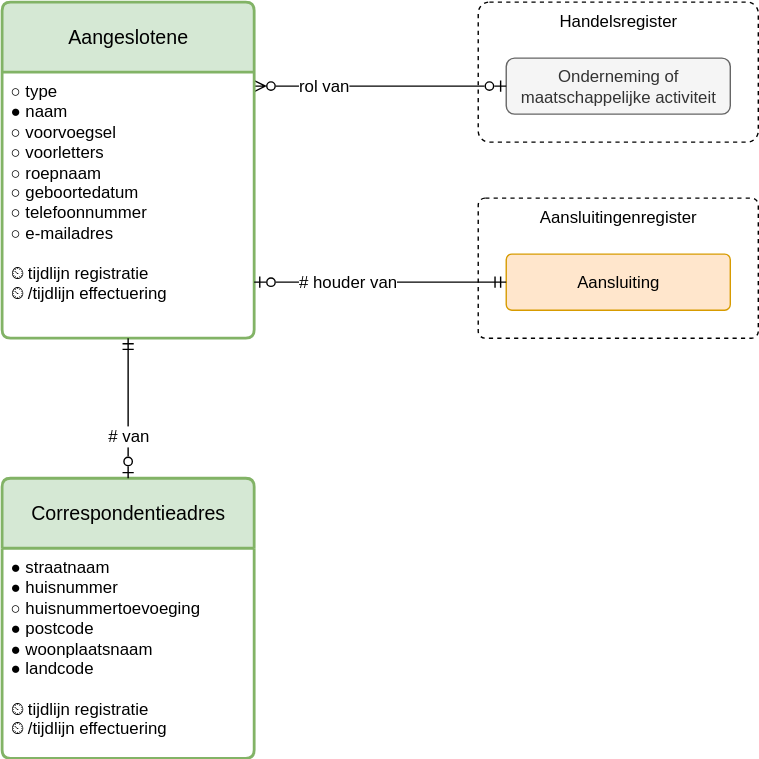
The draw.io diagram registers/aangeslotenenregister/1.0/aangeslotenenregister.drawio.svg in Netbeheer-Nederland/stelsel, before a commit. Source tidied: cells renumbered, new cells last; positions are measured from the earlier drawing's top-left corner, leaving out a move shared by most shapes. Source of this version:
```xml
<mxGraphModel>
  <root>
    <mxCell id="0" />
    <mxCell id="1" parent="0" />
    <mxCell id="2" value="Handelsregister" style="rounded=1;whiteSpace=wrap;html=1;verticalAlign=top;dashed=1;arcSize=8;" parent="1" vertex="1">
      <mxGeometry x="340" width="200" height="100" as="geometry" />
    </mxCell>
    <mxCell id="3" value="Aansluitingenregister" style="rounded=1;whiteSpace=wrap;html=1;verticalAlign=top;dashed=1;arcSize=5;" parent="1" vertex="1">
      <mxGeometry x="340" y="140" width="200" height="100" as="geometry" />
    </mxCell>
    <mxCell id="4" value="Onderneming of maatschappelijke activiteit" style="rounded=1;whiteSpace=wrap;html=1;fillColor=#f5f5f5;fontColor=#333333;strokeColor=#666666;" parent="1" vertex="1">
      <mxGeometry x="360" y="40" width="160" height="40" as="geometry" />
    </mxCell>
    <mxCell id="5" value="rol van" style="fontSize=12;html=1;endArrow=ERzeroToOne;startArrow=ERzeroToMany;rounded=0;endFill=0;startFill=0;elbow=vertical;align=left;edgeStyle=elbowEdgeStyle;" parent="1" edge="1" source="6" target="4">
      <mxGeometry x="-0.67" relative="1" as="geometry" />
    </mxCell>
    <mxCell id="6" value="&lt;div&gt;&lt;span style=&quot;background-color: transparent; color: light-dark(rgb(0, 0, 0), rgb(255, 255, 255));&quot;&gt;Aangeslotene&lt;/span&gt;&lt;/div&gt;" style="swimlane;horizontal=1;startSize=50;rounded=1;fontSize=14;fontStyle=0;strokeWidth=2;shadow=0;dashed=0;align=center;arcSize=4;whiteSpace=wrap;html=1;fillColor=#d5e8d4;strokeColor=#82b366;spacing=4;" parent="1" vertex="1">
      <mxGeometry width="180" height="240" as="geometry" />
    </mxCell>
    <mxCell id="7" value="&lt;div&gt;&lt;span style=&quot;background-color: transparent; color: light-dark(rgb(0, 0, 0), rgb(255, 255, 255));&quot;&gt;○ type&lt;/span&gt;&lt;/div&gt;&lt;div&gt;● naam&lt;/div&gt;&lt;div&gt;&lt;div&gt;&lt;span style=&quot;background-color: transparent; color: light-dark(rgb(0, 0, 0), rgb(255, 255, 255));&quot;&gt;○ voorvoegsel&lt;/span&gt;&lt;/div&gt;&lt;/div&gt;&lt;div&gt;○ voorletters&lt;/div&gt;&lt;div&gt;○ roepnaam&lt;/div&gt;&lt;div&gt;○ geboortedatum&lt;/div&gt;&lt;div&gt;&lt;span style=&quot;background-color: transparent; color: light-dark(rgb(0, 0, 0), rgb(255, 255, 255));&quot;&gt;○ telefoonnummer&lt;/span&gt;&lt;/div&gt;&lt;div&gt;&lt;div&gt;○ e-mailadres&lt;/div&gt;&lt;/div&gt;&lt;div&gt;&lt;br&gt;&lt;/div&gt;&lt;div&gt;&lt;span style=&quot;background-color: transparent; color: light-dark(rgb(0, 0, 0), rgb(255, 255, 255));&quot;&gt;⏲ tijdlijn registratie&lt;/span&gt;&lt;/div&gt;&lt;div&gt;&lt;span style=&quot;background-color: transparent;&quot;&gt;⏲ /tijdlijn effectuering&lt;/span&gt;&lt;/div&gt;" style="align=left;strokeColor=none;fillColor=none;spacingLeft=4;spacingRight=4;fontSize=12;verticalAlign=top;html=1;whiteSpace=wrap;" parent="6" vertex="1">
      <mxGeometry y="50" width="180" height="190" as="geometry" />
    </mxCell>
    <mxCell id="8" value="&lt;div&gt;Correspondentieadres&lt;/div&gt;" style="swimlane;horizontal=1;startSize=50;rounded=1;fontSize=14;fontStyle=0;strokeWidth=2;shadow=0;dashed=0;align=center;arcSize=4;whiteSpace=wrap;html=1;fillColor=#d5e8d4;strokeColor=#82b366;" parent="1" vertex="1">
      <mxGeometry y="340" width="180" height="200" as="geometry" />
    </mxCell>
    <mxCell id="9" value="&lt;div&gt;&lt;span style=&quot;background-color: transparent; color: light-dark(rgb(0, 0, 0), rgb(255, 255, 255));&quot;&gt;●&lt;/span&gt;&amp;nbsp;straatnaam&lt;/div&gt;&lt;div&gt;&lt;span style=&quot;background-color: transparent; color: light-dark(rgb(0, 0, 0), rgb(255, 255, 255));&quot;&gt;●&lt;/span&gt;&amp;nbsp;huisnummer&lt;/div&gt;&lt;div&gt;○ huisnummertoevoeging&lt;/div&gt;&lt;div&gt;&lt;span style=&quot;background-color: transparent; color: light-dark(rgb(0, 0, 0), rgb(255, 255, 255));&quot;&gt;●&lt;/span&gt;&amp;nbsp;postcode&lt;/div&gt;&lt;div&gt;&lt;span style=&quot;background-color: transparent; color: light-dark(rgb(0, 0, 0), rgb(255, 255, 255));&quot;&gt;●&lt;/span&gt;&amp;nbsp;woonplaatsnaam&lt;/div&gt;&lt;div&gt;&lt;span style=&quot;background-color: transparent; color: light-dark(rgb(0, 0, 0), rgb(255, 255, 255));&quot;&gt;●&lt;/span&gt;&amp;nbsp;landcode&lt;/div&gt;&lt;div&gt;&lt;br&gt;&lt;/div&gt;&lt;div&gt;&lt;span style=&quot;background-color: transparent; color: light-dark(rgb(0, 0, 0), rgb(255, 255, 255));&quot;&gt;⏲ tijdlijn registratie&lt;/span&gt;&lt;/div&gt;&lt;div&gt;&lt;span style=&quot;background-color: transparent;&quot;&gt;⏲ /tijdlijn effectuering&lt;/span&gt;&lt;/div&gt;" style="align=left;strokeColor=none;fillColor=none;spacingLeft=4;spacingRight=4;fontSize=12;verticalAlign=top;html=1;whiteSpace=wrap;" parent="8" vertex="1">
      <mxGeometry y="50" width="180" height="150" as="geometry" />
    </mxCell>
    <mxCell id="10" value="# van" style="edgeStyle=elbowEdgeStyle;fontSize=12;html=1;endArrow=ERmandOne;startArrow=ERzeroToOne;rounded=0;endFill=0;startFill=0;align=center;" parent="1" edge="1" source="8" target="6">
      <mxGeometry x="-0.4" relative="1" as="geometry" />
    </mxCell>
    <mxCell id="11" value="Aansluiting" style="rounded=1;arcSize=10;whiteSpace=wrap;html=1;align=center;fillColor=#ffe6cc;strokeColor=#d79b00;" parent="1" vertex="1">
      <mxGeometry x="360" y="180" width="160" height="40" as="geometry" />
    </mxCell>
    <mxCell id="12" value="#&amp;nbsp;&lt;span style=&quot;background-color: light-dark(#ffffff, var(--ge-dark-color, #121212)); color: light-dark(rgb(0, 0, 0), rgb(255, 255, 255));&quot;&gt;houder van&lt;/span&gt;" style="edgeStyle=elbowEdgeStyle;fontSize=12;html=1;endArrow=ERmandOne;startArrow=ERzeroToOne;rounded=0;endFill=0;startFill=0;elbow=vertical;align=left;" parent="1" edge="1" source="6" target="11">
      <mxGeometry x="-0.67" relative="1" as="geometry" />
    </mxCell>
  </root>
</mxGraphModel>
```
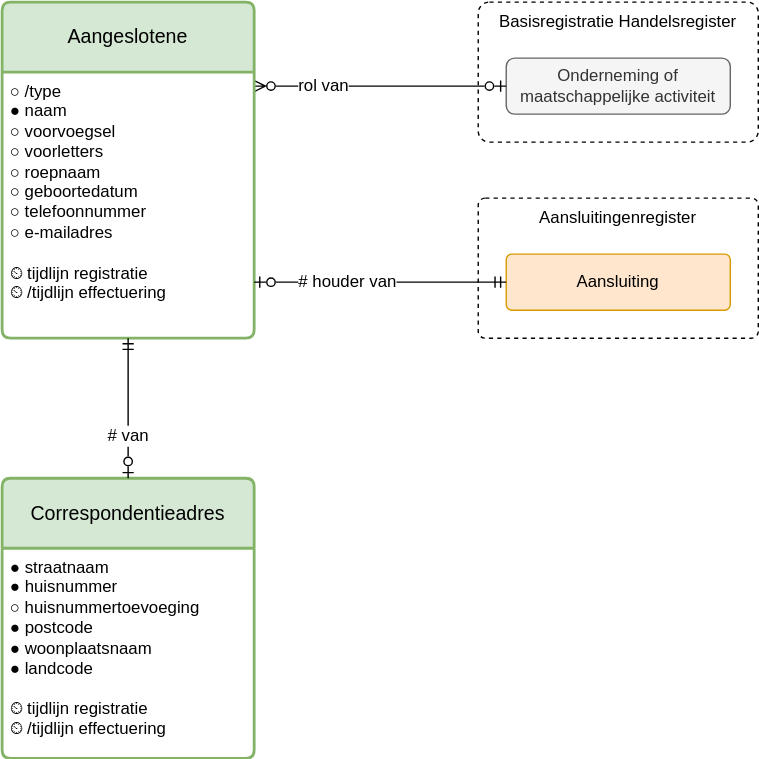
The same file after the commit.

The edit, as a diff of the source:
```diff
@@ -2,7 +2,7 @@
   <root>
     <mxCell id="0" />
     <mxCell id="1" parent="0" />
-    <mxCell id="2" value="Handelsregister" style="rounded=1;whiteSpace=wrap;html=1;verticalAlign=top;dashed=1;arcSize=8;" parent="1" vertex="1">
+    <mxCell id="2" value="Basisregistratie Handelsregister" style="rounded=1;whiteSpace=wrap;html=1;verticalAlign=top;dashed=1;arcSize=8;" parent="1" vertex="1">
       <mxGeometry x="340" width="200" height="100" as="geometry" />
     </mxCell>
     <mxCell id="3" value="Aansluitingenregister" style="rounded=1;whiteSpace=wrap;html=1;verticalAlign=top;dashed=1;arcSize=5;" parent="1" vertex="1">
@@ -17,7 +17,7 @@
     <mxCell id="6" value="&lt;div&gt;&lt;span style=&quot;background-color: transparent; color: light-dark(rgb(0, 0, 0), rgb(255, 255, 255));&quot;&gt;Aangeslotene&lt;/span&gt;&lt;/div&gt;" style="swimlane;horizontal=1;startSize=50;rounded=1;fontSize=14;fontStyle=0;strokeWidth=2;shadow=0;dashed=0;align=center;arcSize=4;whiteSpace=wrap;html=1;fillColor=#d5e8d4;strokeColor=#82b366;spacing=4;" parent="1" vertex="1">
       <mxGeometry width="180" height="240" as="geometry" />
     </mxCell>
-    <mxCell id="7" value="&lt;div&gt;&lt;span style=&quot;background-color: transparent; color: light-dark(rgb(0, 0, 0), rgb(255, 255, 255));&quot;&gt;○ type&lt;/span&gt;&lt;/div&gt;&lt;div&gt;● naam&lt;/div&gt;&lt;div&gt;&lt;div&gt;&lt;span style=&quot;background-color: transparent; color: light-dark(rgb(0, 0, 0), rgb(255, 255, 255));&quot;&gt;○ voorvoegsel&lt;/span&gt;&lt;/div&gt;&lt;/div&gt;&lt;div&gt;○ voorletters&lt;/div&gt;&lt;div&gt;○ roepnaam&lt;/div&gt;&lt;div&gt;○ geboortedatum&lt;/div&gt;&lt;div&gt;&lt;span style=&quot;background-color: transparent; color: light-dark(rgb(0, 0, 0), rgb(255, 255, 255));&quot;&gt;○ telefoonnummer&lt;/span&gt;&lt;/div&gt;&lt;div&gt;&lt;div&gt;○ e-mailadres&lt;/div&gt;&lt;/div&gt;&lt;div&gt;&lt;br&gt;&lt;/div&gt;&lt;div&gt;&lt;span style=&quot;background-color: transparent; color: light-dark(rgb(0, 0, 0), rgb(255, 255, 255));&quot;&gt;⏲ tijdlijn registratie&lt;/span&gt;&lt;/div&gt;&lt;div&gt;&lt;span style=&quot;background-color: transparent;&quot;&gt;⏲ /tijdlijn effectuering&lt;/span&gt;&lt;/div&gt;" style="align=left;strokeColor=none;fillColor=none;spacingLeft=4;spacingRight=4;fontSize=12;verticalAlign=top;html=1;whiteSpace=wrap;" parent="6" vertex="1">
+    <mxCell id="7" value="&lt;div&gt;&lt;span style=&quot;background-color: transparent; color: light-dark(rgb(0, 0, 0), rgb(255, 255, 255));&quot;&gt;○ /type&lt;/span&gt;&lt;/div&gt;&lt;div&gt;● naam&lt;/div&gt;&lt;div&gt;&lt;div&gt;&lt;span style=&quot;background-color: transparent; color: light-dark(rgb(0, 0, 0), rgb(255, 255, 255));&quot;&gt;○ voorvoegsel&lt;/span&gt;&lt;/div&gt;&lt;/div&gt;&lt;div&gt;○ voorletters&lt;/div&gt;&lt;div&gt;○ roepnaam&lt;/div&gt;&lt;div&gt;○ geboortedatum&lt;/div&gt;&lt;div&gt;&lt;span style=&quot;background-color: transparent; color: light-dark(rgb(0, 0, 0), rgb(255, 255, 255));&quot;&gt;○ telefoonnummer&lt;/span&gt;&lt;/div&gt;&lt;div&gt;&lt;div&gt;○ e-mailadres&lt;/div&gt;&lt;/div&gt;&lt;div&gt;&lt;br&gt;&lt;/div&gt;&lt;div&gt;&lt;span style=&quot;background-color: transparent; color: light-dark(rgb(0, 0, 0), rgb(255, 255, 255));&quot;&gt;⏲ tijdlijn registratie&lt;/span&gt;&lt;/div&gt;&lt;div&gt;&lt;span style=&quot;background-color: transparent;&quot;&gt;⏲ /tijdlijn effectuering&lt;/span&gt;&lt;/div&gt;" style="align=left;strokeColor=none;fillColor=none;spacingLeft=4;spacingRight=4;fontSize=12;verticalAlign=top;html=1;whiteSpace=wrap;" parent="6" vertex="1">
       <mxGeometry y="50" width="180" height="190" as="geometry" />
     </mxCell>
     <mxCell id="8" value="&lt;div&gt;Correspondentieadres&lt;/div&gt;" style="swimlane;horizontal=1;startSize=50;rounded=1;fontSize=14;fontStyle=0;strokeWidth=2;shadow=0;dashed=0;align=center;arcSize=4;whiteSpace=wrap;html=1;fillColor=#d5e8d4;strokeColor=#82b366;" parent="1" vertex="1">
```
